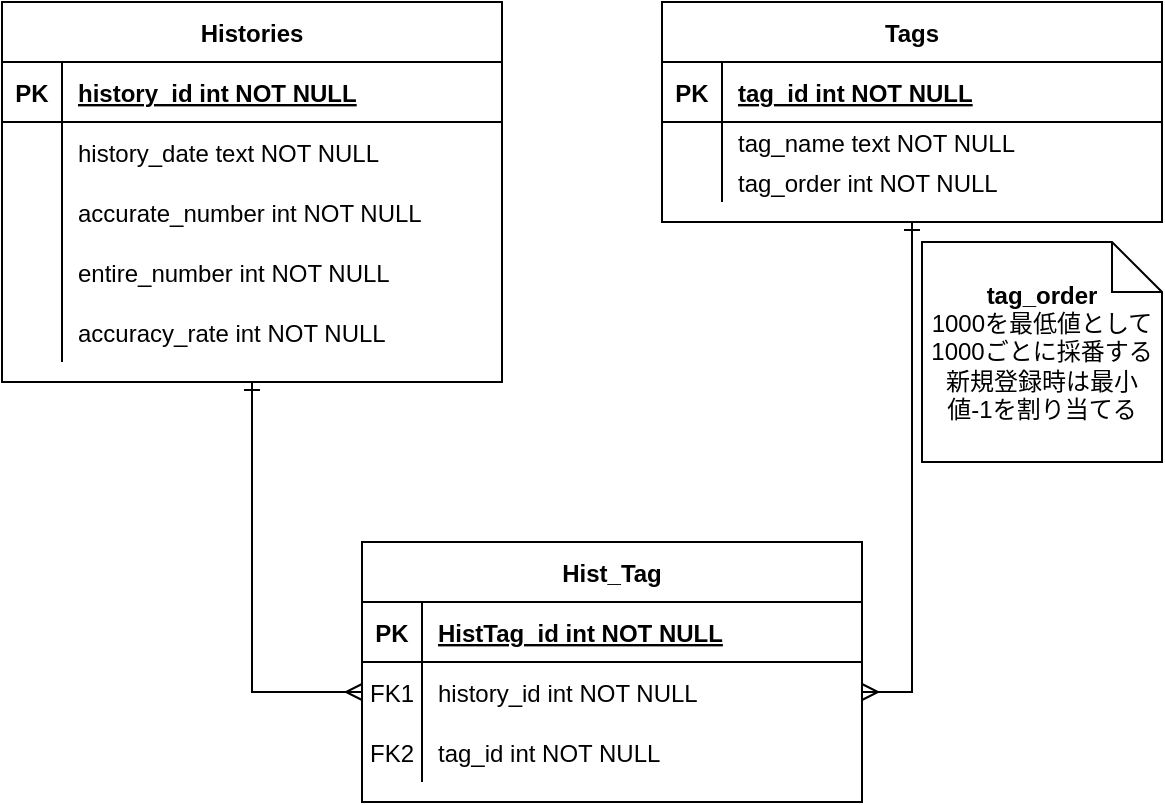
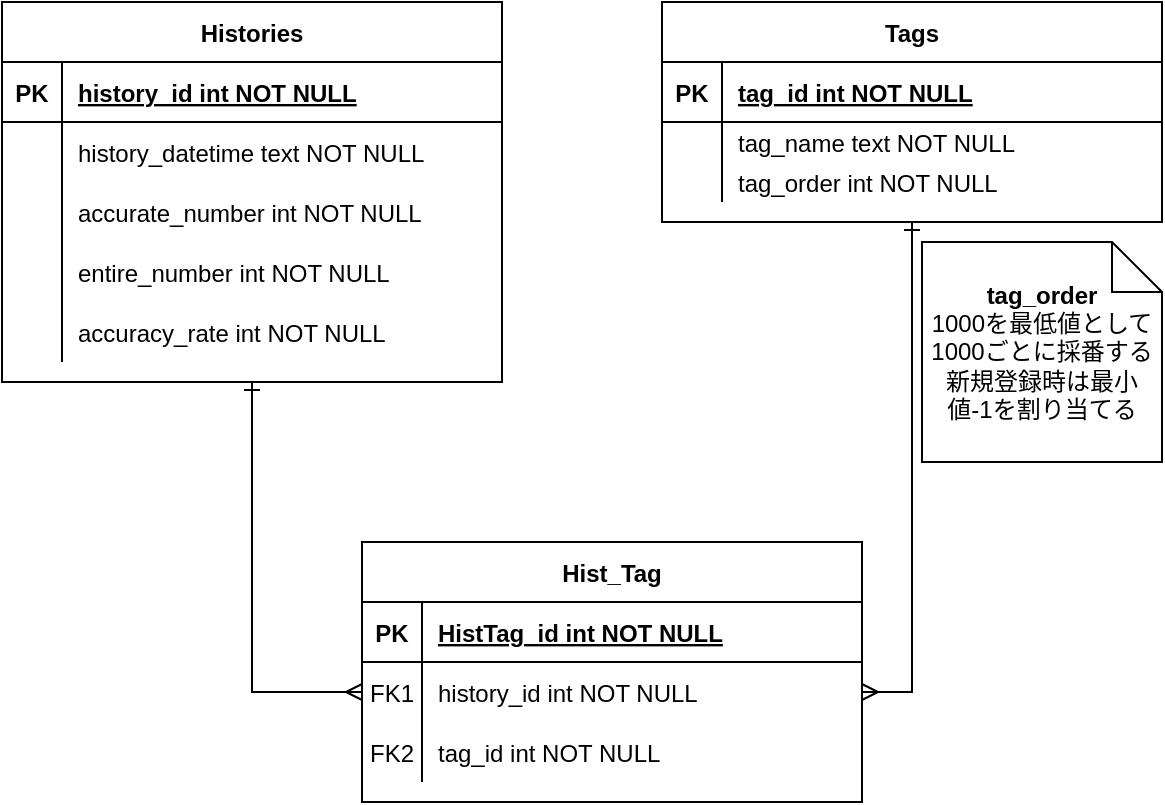
- <mxfile host="app.diagrams.net" modified="2024-07-19T08:28:15.736Z" agent="Mozilla/5.0 (Windows NT 10.0; Win64; x64) AppleWebKit/537.36 (KHTML, like Gecko) Chrome/126.0.0.0 Safari/537.36" etag="xYvnVmKQDgF3a_s3Ohqp" version="24.6.5" type="device">
+ <mxfile host="app.diagrams.net" modified="2024-10-16T01:36:27.915Z" agent="Mozilla/5.0 (Windows NT 10.0; Win64; x64) AppleWebKit/537.36 (KHTML, like Gecko) Chrome/129.0.0.0 Safari/537.36" etag="QhHwagqbfzRcv-8Xsq7_" version="24.7.1" type="device">
  <diagram id="R2lEEEUBdFMjLlhIrx00" name="Page-1">
    <mxGraphModel dx="1434" dy="772" grid="1" gridSize="10" guides="1" tooltips="1" connect="1" arrows="1" fold="1" page="1" pageScale="1" pageWidth="850" pageHeight="1100" background="#FFFFFF" math="0" shadow="0" extFonts="Permanent Marker^https://fonts.googleapis.com/css?family=Permanent+Marker">
      <root>
        <mxCell id="0" />
        <mxCell id="1" parent="0" />
        <mxCell id="C-vyLk0tnHw3VtMMgP7b-2" value="Tags" style="shape=table;startSize=30;container=1;collapsible=1;childLayout=tableLayout;fixedRows=1;rowLines=0;fontStyle=1;align=center;resizeLast=1;" parent="1" vertex="1">
          <mxGeometry x="330" width="250" height="110" as="geometry" />
        </mxCell>
        <mxCell id="C-vyLk0tnHw3VtMMgP7b-3" value="" style="shape=partialRectangle;collapsible=0;dropTarget=0;pointerEvents=0;fillColor=none;points=[[0,0.5],[1,0.5]];portConstraint=eastwest;top=0;left=0;right=0;bottom=1;" parent="C-vyLk0tnHw3VtMMgP7b-2" vertex="1">
          <mxGeometry y="30" width="250" height="30" as="geometry" />
        </mxCell>
        <mxCell id="C-vyLk0tnHw3VtMMgP7b-4" value="PK" style="shape=partialRectangle;overflow=hidden;connectable=0;fillColor=none;top=0;left=0;bottom=0;right=0;fontStyle=1;" parent="C-vyLk0tnHw3VtMMgP7b-3" vertex="1">
          <mxGeometry width="30" height="30" as="geometry">
            <mxRectangle width="30" height="30" as="alternateBounds" />
          </mxGeometry>
        </mxCell>
        <mxCell id="C-vyLk0tnHw3VtMMgP7b-5" value="tag_id int NOT NULL " style="shape=partialRectangle;overflow=hidden;connectable=0;fillColor=none;top=0;left=0;bottom=0;right=0;align=left;spacingLeft=6;fontStyle=5;" parent="C-vyLk0tnHw3VtMMgP7b-3" vertex="1">
          <mxGeometry x="30" width="220" height="30" as="geometry">
            <mxRectangle width="220" height="30" as="alternateBounds" />
          </mxGeometry>
        </mxCell>
        <mxCell id="C-vyLk0tnHw3VtMMgP7b-6" value="" style="shape=partialRectangle;collapsible=0;dropTarget=0;pointerEvents=0;fillColor=none;points=[[0,0.5],[1,0.5]];portConstraint=eastwest;top=0;left=0;right=0;bottom=0;" parent="C-vyLk0tnHw3VtMMgP7b-2" vertex="1">
          <mxGeometry y="60" width="250" height="20" as="geometry" />
        </mxCell>
        <mxCell id="C-vyLk0tnHw3VtMMgP7b-7" value="" style="shape=partialRectangle;overflow=hidden;connectable=0;fillColor=none;top=0;left=0;bottom=0;right=0;" parent="C-vyLk0tnHw3VtMMgP7b-6" vertex="1">
          <mxGeometry width="30" height="20" as="geometry">
            <mxRectangle width="30" height="20" as="alternateBounds" />
          </mxGeometry>
        </mxCell>
        <mxCell id="C-vyLk0tnHw3VtMMgP7b-8" value="tag_name text NOT NULL" style="shape=partialRectangle;overflow=hidden;connectable=0;fillColor=none;top=0;left=0;bottom=0;right=0;align=left;spacingLeft=6;" parent="C-vyLk0tnHw3VtMMgP7b-6" vertex="1">
          <mxGeometry x="30" width="220" height="20" as="geometry">
            <mxRectangle width="220" height="20" as="alternateBounds" />
          </mxGeometry>
        </mxCell>
-         <mxCell id="uX9CyFeno2kXJm7CUo4n-1" value="" style="shape=partialRectangle;collapsible=0;dropTarget=0;pointerEvents=0;fillColor=none;points=[[0,0.5],[1,0.5]];portConstraint=eastwest;top=0;left=0;right=0;bottom=0;" vertex="1" parent="C-vyLk0tnHw3VtMMgP7b-2">
+         <mxCell id="uX9CyFeno2kXJm7CUo4n-1" value="" style="shape=partialRectangle;collapsible=0;dropTarget=0;pointerEvents=0;fillColor=none;points=[[0,0.5],[1,0.5]];portConstraint=eastwest;top=0;left=0;right=0;bottom=0;" parent="C-vyLk0tnHw3VtMMgP7b-2" vertex="1">
          <mxGeometry y="80" width="250" height="20" as="geometry" />
        </mxCell>
-         <mxCell id="uX9CyFeno2kXJm7CUo4n-2" value="" style="shape=partialRectangle;overflow=hidden;connectable=0;fillColor=none;top=0;left=0;bottom=0;right=0;" vertex="1" parent="uX9CyFeno2kXJm7CUo4n-1">
+         <mxCell id="uX9CyFeno2kXJm7CUo4n-2" value="" style="shape=partialRectangle;overflow=hidden;connectable=0;fillColor=none;top=0;left=0;bottom=0;right=0;" parent="uX9CyFeno2kXJm7CUo4n-1" vertex="1">
          <mxGeometry width="30" height="20" as="geometry">
            <mxRectangle width="30" height="20" as="alternateBounds" />
          </mxGeometry>
        </mxCell>
-         <mxCell id="uX9CyFeno2kXJm7CUo4n-3" value="tag_order int NOT NULL" style="shape=partialRectangle;overflow=hidden;connectable=0;fillColor=none;top=0;left=0;bottom=0;right=0;align=left;spacingLeft=6;" vertex="1" parent="uX9CyFeno2kXJm7CUo4n-1">
+         <mxCell id="uX9CyFeno2kXJm7CUo4n-3" value="tag_order int NOT NULL" style="shape=partialRectangle;overflow=hidden;connectable=0;fillColor=none;top=0;left=0;bottom=0;right=0;align=left;spacingLeft=6;" parent="uX9CyFeno2kXJm7CUo4n-1" vertex="1">
          <mxGeometry x="30" width="220" height="20" as="geometry">
            <mxRectangle width="220" height="20" as="alternateBounds" />
          </mxGeometry>
        </mxCell>
        <mxCell id="C-vyLk0tnHw3VtMMgP7b-13" value="Hist_Tag" style="shape=table;startSize=30;container=1;collapsible=1;childLayout=tableLayout;fixedRows=1;rowLines=0;fontStyle=1;align=center;resizeLast=1;" parent="1" vertex="1">
          <mxGeometry x="180" y="270" width="250" height="130" as="geometry" />
        </mxCell>
        <mxCell id="C-vyLk0tnHw3VtMMgP7b-14" value="" style="shape=partialRectangle;collapsible=0;dropTarget=0;pointerEvents=0;fillColor=none;points=[[0,0.5],[1,0.5]];portConstraint=eastwest;top=0;left=0;right=0;bottom=1;" parent="C-vyLk0tnHw3VtMMgP7b-13" vertex="1">
          <mxGeometry y="30" width="250" height="30" as="geometry" />
        </mxCell>
        <mxCell id="C-vyLk0tnHw3VtMMgP7b-15" value="PK" style="shape=partialRectangle;overflow=hidden;connectable=0;fillColor=none;top=0;left=0;bottom=0;right=0;fontStyle=1;" parent="C-vyLk0tnHw3VtMMgP7b-14" vertex="1">
          <mxGeometry width="30" height="30" as="geometry">
            <mxRectangle width="30" height="30" as="alternateBounds" />
          </mxGeometry>
        </mxCell>
        <mxCell id="C-vyLk0tnHw3VtMMgP7b-16" value="HistTag_id int NOT NULL " style="shape=partialRectangle;overflow=hidden;connectable=0;fillColor=none;top=0;left=0;bottom=0;right=0;align=left;spacingLeft=6;fontStyle=5;" parent="C-vyLk0tnHw3VtMMgP7b-14" vertex="1">
          <mxGeometry x="30" width="220" height="30" as="geometry">
            <mxRectangle width="220" height="30" as="alternateBounds" />
          </mxGeometry>
        </mxCell>
        <mxCell id="C-vyLk0tnHw3VtMMgP7b-17" value="" style="shape=partialRectangle;collapsible=0;dropTarget=0;pointerEvents=0;fillColor=none;points=[[0,0.5],[1,0.5]];portConstraint=eastwest;top=0;left=0;right=0;bottom=0;" parent="C-vyLk0tnHw3VtMMgP7b-13" vertex="1">
          <mxGeometry y="60" width="250" height="30" as="geometry" />
        </mxCell>
        <mxCell id="C-vyLk0tnHw3VtMMgP7b-18" value="FK1" style="shape=partialRectangle;overflow=hidden;connectable=0;fillColor=none;top=0;left=0;bottom=0;right=0;" parent="C-vyLk0tnHw3VtMMgP7b-17" vertex="1">
          <mxGeometry width="30" height="30" as="geometry">
            <mxRectangle width="30" height="30" as="alternateBounds" />
          </mxGeometry>
        </mxCell>
        <mxCell id="C-vyLk0tnHw3VtMMgP7b-19" value="history_id int NOT NULL" style="shape=partialRectangle;overflow=hidden;connectable=0;fillColor=none;top=0;left=0;bottom=0;right=0;align=left;spacingLeft=6;" parent="C-vyLk0tnHw3VtMMgP7b-17" vertex="1">
          <mxGeometry x="30" width="220" height="30" as="geometry">
            <mxRectangle width="220" height="30" as="alternateBounds" />
          </mxGeometry>
        </mxCell>
        <mxCell id="C-vyLk0tnHw3VtMMgP7b-20" value="" style="shape=partialRectangle;collapsible=0;dropTarget=0;pointerEvents=0;fillColor=none;points=[[0,0.5],[1,0.5]];portConstraint=eastwest;top=0;left=0;right=0;bottom=0;" parent="C-vyLk0tnHw3VtMMgP7b-13" vertex="1">
          <mxGeometry y="90" width="250" height="30" as="geometry" />
        </mxCell>
        <mxCell id="C-vyLk0tnHw3VtMMgP7b-21" value="FK2" style="shape=partialRectangle;overflow=hidden;connectable=0;fillColor=none;top=0;left=0;bottom=0;right=0;" parent="C-vyLk0tnHw3VtMMgP7b-20" vertex="1">
          <mxGeometry width="30" height="30" as="geometry">
            <mxRectangle width="30" height="30" as="alternateBounds" />
          </mxGeometry>
        </mxCell>
        <mxCell id="C-vyLk0tnHw3VtMMgP7b-22" value="tag_id int NOT NULL" style="shape=partialRectangle;overflow=hidden;connectable=0;fillColor=none;top=0;left=0;bottom=0;right=0;align=left;spacingLeft=6;" parent="C-vyLk0tnHw3VtMMgP7b-20" vertex="1">
          <mxGeometry x="30" width="220" height="30" as="geometry">
            <mxRectangle width="220" height="30" as="alternateBounds" />
          </mxGeometry>
        </mxCell>
        <mxCell id="vyyHN-wlgOPrNykon7IR-17" style="edgeStyle=orthogonalEdgeStyle;rounded=0;orthogonalLoop=1;jettySize=auto;html=1;entryX=0;entryY=0.5;entryDx=0;entryDy=0;strokeWidth=1;startArrow=ERone;startFill=0;endArrow=ERmany;endFill=0;" parent="1" source="C-vyLk0tnHw3VtMMgP7b-23" target="C-vyLk0tnHw3VtMMgP7b-17" edge="1">
          <mxGeometry relative="1" as="geometry" />
        </mxCell>
        <mxCell id="C-vyLk0tnHw3VtMMgP7b-23" value="Histories" style="shape=table;startSize=30;container=1;collapsible=1;childLayout=tableLayout;fixedRows=1;rowLines=0;fontStyle=1;align=center;resizeLast=1;" parent="1" vertex="1">
          <mxGeometry width="250" height="190" as="geometry" />
        </mxCell>
        <mxCell id="C-vyLk0tnHw3VtMMgP7b-24" value="" style="shape=partialRectangle;collapsible=0;dropTarget=0;pointerEvents=0;fillColor=none;points=[[0,0.5],[1,0.5]];portConstraint=eastwest;top=0;left=0;right=0;bottom=1;" parent="C-vyLk0tnHw3VtMMgP7b-23" vertex="1">
          <mxGeometry y="30" width="250" height="30" as="geometry" />
        </mxCell>
        <mxCell id="C-vyLk0tnHw3VtMMgP7b-25" value="PK" style="shape=partialRectangle;overflow=hidden;connectable=0;fillColor=none;top=0;left=0;bottom=0;right=0;fontStyle=1;" parent="C-vyLk0tnHw3VtMMgP7b-24" vertex="1">
          <mxGeometry width="30" height="30" as="geometry">
            <mxRectangle width="30" height="30" as="alternateBounds" />
          </mxGeometry>
        </mxCell>
        <mxCell id="C-vyLk0tnHw3VtMMgP7b-26" value="history_id int NOT NULL " style="shape=partialRectangle;overflow=hidden;connectable=0;fillColor=none;top=0;left=0;bottom=0;right=0;align=left;spacingLeft=6;fontStyle=5;" parent="C-vyLk0tnHw3VtMMgP7b-24" vertex="1">
          <mxGeometry x="30" width="220" height="30" as="geometry">
            <mxRectangle width="220" height="30" as="alternateBounds" />
          </mxGeometry>
        </mxCell>
        <mxCell id="C-vyLk0tnHw3VtMMgP7b-27" value="" style="shape=partialRectangle;collapsible=0;dropTarget=0;pointerEvents=0;fillColor=none;points=[[0,0.5],[1,0.5]];portConstraint=eastwest;top=0;left=0;right=0;bottom=0;" parent="C-vyLk0tnHw3VtMMgP7b-23" vertex="1">
          <mxGeometry y="60" width="250" height="30" as="geometry" />
        </mxCell>
        <mxCell id="C-vyLk0tnHw3VtMMgP7b-28" value="" style="shape=partialRectangle;overflow=hidden;connectable=0;fillColor=none;top=0;left=0;bottom=0;right=0;" parent="C-vyLk0tnHw3VtMMgP7b-27" vertex="1">
          <mxGeometry width="30" height="30" as="geometry">
            <mxRectangle width="30" height="30" as="alternateBounds" />
          </mxGeometry>
        </mxCell>
-         <mxCell id="C-vyLk0tnHw3VtMMgP7b-29" value="history_date text NOT NULL" style="shape=partialRectangle;overflow=hidden;connectable=0;fillColor=none;top=0;left=0;bottom=0;right=0;align=left;spacingLeft=6;" parent="C-vyLk0tnHw3VtMMgP7b-27" vertex="1">
+         <mxCell id="C-vyLk0tnHw3VtMMgP7b-29" value="history_datetime text NOT NULL" style="shape=partialRectangle;overflow=hidden;connectable=0;fillColor=none;top=0;left=0;bottom=0;right=0;align=left;spacingLeft=6;" parent="C-vyLk0tnHw3VtMMgP7b-27" vertex="1">
          <mxGeometry x="30" width="220" height="30" as="geometry">
            <mxRectangle width="220" height="30" as="alternateBounds" />
          </mxGeometry>
        </mxCell>
        <mxCell id="vyyHN-wlgOPrNykon7IR-9" value="" style="shape=partialRectangle;collapsible=0;dropTarget=0;pointerEvents=0;fillColor=none;points=[[0,0.5],[1,0.5]];portConstraint=eastwest;top=0;left=0;right=0;bottom=0;" parent="C-vyLk0tnHw3VtMMgP7b-23" vertex="1">
          <mxGeometry y="90" width="250" height="30" as="geometry" />
        </mxCell>
        <mxCell id="vyyHN-wlgOPrNykon7IR-10" value="" style="shape=partialRectangle;overflow=hidden;connectable=0;fillColor=none;top=0;left=0;bottom=0;right=0;" parent="vyyHN-wlgOPrNykon7IR-9" vertex="1">
          <mxGeometry width="30" height="30" as="geometry">
            <mxRectangle width="30" height="30" as="alternateBounds" />
          </mxGeometry>
        </mxCell>
        <mxCell id="vyyHN-wlgOPrNykon7IR-11" value="accurate_number int NOT NULL" style="shape=partialRectangle;overflow=hidden;connectable=0;fillColor=none;top=0;left=0;bottom=0;right=0;align=left;spacingLeft=6;" parent="vyyHN-wlgOPrNykon7IR-9" vertex="1">
          <mxGeometry x="30" width="220" height="30" as="geometry">
            <mxRectangle width="220" height="30" as="alternateBounds" />
          </mxGeometry>
        </mxCell>
        <mxCell id="vyyHN-wlgOPrNykon7IR-12" value="" style="shape=partialRectangle;collapsible=0;dropTarget=0;pointerEvents=0;fillColor=none;points=[[0,0.5],[1,0.5]];portConstraint=eastwest;top=0;left=0;right=0;bottom=0;" parent="C-vyLk0tnHw3VtMMgP7b-23" vertex="1">
          <mxGeometry y="120" width="250" height="30" as="geometry" />
        </mxCell>
        <mxCell id="vyyHN-wlgOPrNykon7IR-13" value="" style="shape=partialRectangle;overflow=hidden;connectable=0;fillColor=none;top=0;left=0;bottom=0;right=0;" parent="vyyHN-wlgOPrNykon7IR-12" vertex="1">
          <mxGeometry width="30" height="30" as="geometry">
            <mxRectangle width="30" height="30" as="alternateBounds" />
          </mxGeometry>
        </mxCell>
        <mxCell id="vyyHN-wlgOPrNykon7IR-14" value="entire_number int NOT NULL" style="shape=partialRectangle;overflow=hidden;connectable=0;fillColor=none;top=0;left=0;bottom=0;right=0;align=left;spacingLeft=6;" parent="vyyHN-wlgOPrNykon7IR-12" vertex="1">
          <mxGeometry x="30" width="220" height="30" as="geometry">
            <mxRectangle width="220" height="30" as="alternateBounds" />
          </mxGeometry>
        </mxCell>
-         <mxCell id="uX9CyFeno2kXJm7CUo4n-5" value="" style="shape=partialRectangle;collapsible=0;dropTarget=0;pointerEvents=0;fillColor=none;points=[[0,0.5],[1,0.5]];portConstraint=eastwest;top=0;left=0;right=0;bottom=0;" vertex="1" parent="C-vyLk0tnHw3VtMMgP7b-23">
+         <mxCell id="uX9CyFeno2kXJm7CUo4n-5" value="" style="shape=partialRectangle;collapsible=0;dropTarget=0;pointerEvents=0;fillColor=none;points=[[0,0.5],[1,0.5]];portConstraint=eastwest;top=0;left=0;right=0;bottom=0;" parent="C-vyLk0tnHw3VtMMgP7b-23" vertex="1">
          <mxGeometry y="150" width="250" height="30" as="geometry" />
        </mxCell>
-         <mxCell id="uX9CyFeno2kXJm7CUo4n-6" value="" style="shape=partialRectangle;overflow=hidden;connectable=0;fillColor=none;top=0;left=0;bottom=0;right=0;" vertex="1" parent="uX9CyFeno2kXJm7CUo4n-5">
+         <mxCell id="uX9CyFeno2kXJm7CUo4n-6" value="" style="shape=partialRectangle;overflow=hidden;connectable=0;fillColor=none;top=0;left=0;bottom=0;right=0;" parent="uX9CyFeno2kXJm7CUo4n-5" vertex="1">
          <mxGeometry width="30" height="30" as="geometry">
            <mxRectangle width="30" height="30" as="alternateBounds" />
          </mxGeometry>
        </mxCell>
-         <mxCell id="uX9CyFeno2kXJm7CUo4n-7" value="accuracy_rate int NOT NULL" style="shape=partialRectangle;overflow=hidden;connectable=0;fillColor=none;top=0;left=0;bottom=0;right=0;align=left;spacingLeft=6;" vertex="1" parent="uX9CyFeno2kXJm7CUo4n-5">
+         <mxCell id="uX9CyFeno2kXJm7CUo4n-7" value="accuracy_rate int NOT NULL" style="shape=partialRectangle;overflow=hidden;connectable=0;fillColor=none;top=0;left=0;bottom=0;right=0;align=left;spacingLeft=6;" parent="uX9CyFeno2kXJm7CUo4n-5" vertex="1">
          <mxGeometry x="30" width="220" height="30" as="geometry">
            <mxRectangle width="220" height="30" as="alternateBounds" />
          </mxGeometry>
        </mxCell>
        <mxCell id="vyyHN-wlgOPrNykon7IR-18" style="edgeStyle=orthogonalEdgeStyle;rounded=0;orthogonalLoop=1;jettySize=auto;html=1;entryX=0.5;entryY=1;entryDx=0;entryDy=0;endArrow=ERone;endFill=0;startArrow=ERmany;startFill=0;" parent="1" source="C-vyLk0tnHw3VtMMgP7b-17" target="C-vyLk0tnHw3VtMMgP7b-2" edge="1">
          <mxGeometry relative="1" as="geometry" />
        </mxCell>
-         <mxCell id="uX9CyFeno2kXJm7CUo4n-4" value="&lt;b&gt;tag_order&lt;/b&gt;&lt;div&gt;1000を最低値として1000ごとに採番する&lt;/div&gt;&lt;div&gt;新規登録時は最小値-1を割り当てる&lt;/div&gt;" style="shape=note2;boundedLbl=1;whiteSpace=wrap;html=1;size=25;verticalAlign=middle;align=center;labelPosition=center;verticalLabelPosition=middle;" vertex="1" parent="1">
+         <mxCell id="uX9CyFeno2kXJm7CUo4n-4" value="&lt;b&gt;tag_order&lt;/b&gt;&lt;div&gt;1000を最低値として1000ごとに採番する&lt;/div&gt;&lt;div&gt;新規登録時は最小値-1を割り当てる&lt;/div&gt;" style="shape=note2;boundedLbl=1;whiteSpace=wrap;html=1;size=25;verticalAlign=middle;align=center;labelPosition=center;verticalLabelPosition=middle;" parent="1" vertex="1">
          <mxGeometry x="460" y="120" width="120" height="110" as="geometry" />
        </mxCell>
      </root>
    </mxGraphModel>
  </diagram>
</mxfile>
